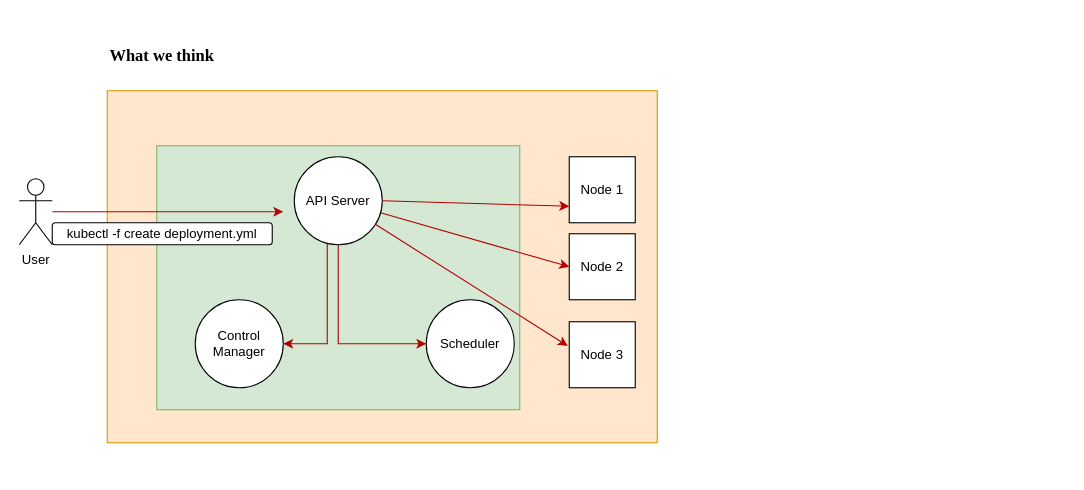
The draw.io diagram Untitled Diagram.drawio in Nagendren/Kubernetes, before the edit. Source tidied: cells renumbered, new cells numbered last; positions are measured from the earlier drawing's top-left corner, leaving out a move shared by most shapes. Both pictures are drawn from the tidied source at 110%, with x=0, y=0 at pixel (19, 35).
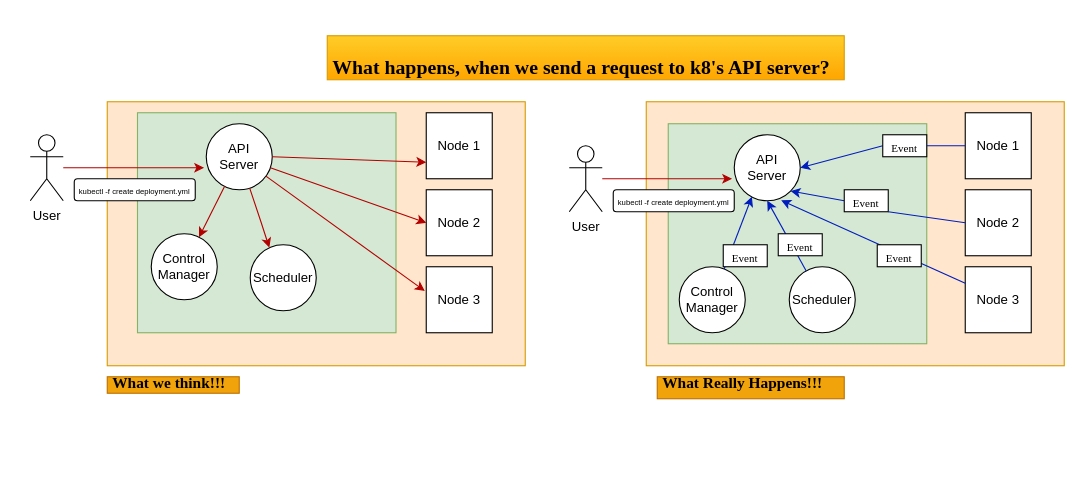
After the change.

Diff of the diagram source:
```diff
@@
     <mxCell id="2" style="rounded=0;whiteSpace=wrap;html=1;fillColor=#ffe6cc;strokeColor=#d79b00;" parent="1" vertex="1">
-      <mxGeometry x="80" y="50" width="500" height="320" as="geometry" />
+      <mxGeometry x="80" y="60" width="380" height="240" as="geometry" />
     </mxCell>
-    <mxCell id="3" style="edgeStyle=orthogonalEdgeStyle;rounded=0;jettySize=auto;html=1;" parent="1" edge="1" source="7" target="8">
-      <mxGeometry relative="1" as="geometry">
-        <Array as="points">
-          <mxPoint x="290" y="280" />
-        </Array>
-      </mxGeometry>
-    </mxCell>
     <mxCell id="4" style="rounded=0;whiteSpace=wrap;html=1;fillColor=#d5e8d4;strokeColor=#82b366;" parent="1" vertex="1">
-      <mxGeometry x="125" y="100" width="330" height="240" as="geometry" />
+      <mxGeometry x="107.5" y="70" width="235" height="200" as="geometry" />
     </mxCell>
-    <mxCell id="5" style="edgeStyle=orthogonalEdgeStyle;rounded=0;jettySize=auto;html=1;fillColor=#e51400;strokeColor=#B20000;" parent="1" edge="1" source="7" target="9">
-      <mxGeometry relative="1" as="geometry">
-        <Array as="points">
-          <mxPoint x="290" y="280" />
-        </Array>
-      </mxGeometry>
-    </mxCell>
-    <mxCell id="6" style="edgeStyle=orthogonalEdgeStyle;rounded=0;jettySize=auto;html=1;fillColor=#e51400;strokeColor=#B20000;" parent="1" edge="1" source="7" target="8">
-      <mxGeometry relative="1" as="geometry">
-        <Array as="points">
-          <mxPoint x="280" y="280" />
-        </Array>
-      </mxGeometry>
-    </mxCell>
     <mxCell id="7" value="API Server" style="ellipse;whiteSpace=wrap;html=1;" parent="1" vertex="1">
-      <mxGeometry x="250" y="110" width="80" height="80" as="geometry" />
+      <mxGeometry x="170" y="80" width="60" height="60" as="geometry" />
     </mxCell>
     <mxCell id="8" value="Control Manager" style="ellipse;whiteSpace=wrap;html=1;" parent="1" vertex="1">
-      <mxGeometry x="160" y="240" width="80" height="80" as="geometry" />
+      <mxGeometry x="120" y="180" width="60" height="60" as="geometry" />
     </mxCell>
     <mxCell id="9" value="Scheduler" style="ellipse;whiteSpace=wrap;html=1;" parent="1" vertex="1">
-      <mxGeometry x="370" y="240" width="80" height="80" as="geometry" />
+      <mxGeometry x="210" y="190" width="60" height="60" as="geometry" />
     </mxCell>
-    <mxCell id="10" style="edgeStyle=orthogonalEdgeStyle;rounded=0;jettySize=auto;html=1;fillColor=#e51400;strokeColor=#B20000;" parent="1" edge="1" source="11">
-      <mxGeometry relative="1" as="geometry">
-        <mxPoint x="240" y="160" as="targetPoint" />
-      </mxGeometry>
-    </mxCell>
     <mxCell id="11" value="User" style="shape=umlActor;verticalLabelPosition=bottom;verticalAlign=top;html=1;outlineConnect=0;" parent="1" vertex="1">
-      <mxGeometry y="130" width="30" height="60" as="geometry" />
+      <mxGeometry x="10" y="90" width="30" height="60" as="geometry" />
     </mxCell>
-    <mxCell id="12" value="kubectl -f create deployment.yml" style="rounded=1;whiteSpace=wrap;html=1;" parent="1" vertex="1">
-      <mxGeometry x="30" y="170" width="200" height="20" as="geometry" />
+    <mxCell id="12" value="&lt;font style=&quot;font-size: 7px;&quot;&gt;kubectl -f create deployment.yml&lt;/font&gt;" style="rounded=1;whiteSpace=wrap;html=1;" parent="1" vertex="1">
+      <mxGeometry x="50" y="130" width="110" height="20" as="geometry" />
     </mxCell>
     <mxCell id="13" value="Node 1" style="rounded=0;whiteSpace=wrap;html=1;" parent="1" vertex="1">
-      <mxGeometry x="500" y="110" width="60" height="60" as="geometry" />
+      <mxGeometry x="370" y="70" width="60" height="60" as="geometry" />
     </mxCell>
     <mxCell id="14" value="Node 2" style="rounded=0;whiteSpace=wrap;html=1;" parent="1" vertex="1">
-      <mxGeometry x="500" y="180" width="60" height="60" as="geometry" />
+      <mxGeometry x="370" y="140" width="60" height="60" as="geometry" />
     </mxCell>
     <mxCell id="15" value="Node 3" style="rounded=0;whiteSpace=wrap;html=1;" parent="1" vertex="1">
-      <mxGeometry x="500" y="260" width="60" height="60" as="geometry" />
+      <mxGeometry x="370" y="210" width="60" height="60" as="geometry" />
     </mxCell>
@@
-    <mxCell id="19" value="&lt;h1&gt;&lt;font style=&quot;font-size: 15px;&quot; face=&quot;Times New Roman&quot;&gt;What we think&lt;/font&gt;&lt;/h1&gt;" style="text;html=1;strokeColor=none;fillColor=none;align=center;verticalAlign=middle;whiteSpace=wrap;rounded=0;" parent="1" vertex="1">
-      <mxGeometry x="80" width="100" height="30" as="geometry" />
+    <mxCell id="19" value="&lt;h1&gt;&lt;br&gt;&lt;/h1&gt;" style="text;html=1;strokeColor=none;fillColor=none;align=center;verticalAlign=middle;whiteSpace=wrap;rounded=0;" parent="1" vertex="1">
+      <mxGeometry x="90" y="340" width="100" height="30" as="geometry" />
     </mxCell>
+    <mxCell id="5" style="endArrow=classic;html=1;rounded=0;fontFamily=Times New Roman;fontSize=15;entryX=0.289;entryY=0.044;entryDx=0;entryDy=0;entryPerimeter=0;fillColor=#e51400;strokeColor=#B20000;" parent="1" edge="1" source="7" target="9">
+      <mxGeometry relative="1" as="geometry">
+        <Array as="points">
+          <mxPoint x="220" y="170" />
+        </Array>
+      </mxGeometry>
+    </mxCell>
+    <mxCell id="20" style="endArrow=classic;html=1;rounded=0;fontFamily=Times New Roman;fontSize=15;fillColor=#e51400;strokeColor=#B20000;" parent="1" edge="1" source="7" target="8">
+      <mxGeometry relative="1" as="geometry" />
+    </mxCell>
+    <mxCell id="21" style="endArrow=classic;html=1;rounded=0;fontFamily=Times New Roman;fontSize=15;entryX=-0.033;entryY=0.667;entryDx=0;entryDy=0;entryPerimeter=0;fillColor=#e51400;strokeColor=#B20000;" parent="1" edge="1" source="11" target="7">
+      <mxGeometry relative="1" as="geometry" />
+    </mxCell>
+    <mxCell id="22" value="&lt;h1 style=&quot;&quot;&gt;&lt;font style=&quot;font-size: 14px;&quot;&gt;What we think!!!&lt;/font&gt;&lt;/h1&gt;" style="text;html=1;strokeColor=#BD7000;fillColor=#f0a30a;spacing=5;spacingTop=-20;whiteSpace=wrap;overflow=hidden;rounded=0;fontFamily=Times New Roman;fontSize=7;fontColor=#000000;" parent="1" vertex="1">
+      <mxGeometry x="80" y="310" width="120" height="15" as="geometry" />
+    </mxCell>
+    <mxCell id="23" value="&lt;h1&gt;&lt;font style=&quot;font-size: 18px;&quot;&gt;What happens, when we send a request to k8's API server?&lt;/font&gt;&lt;br&gt;&lt;/h1&gt;" style="text;html=1;strokeColor=#d79b00;fillColor=#ffcd28;spacing=5;spacingTop=-20;whiteSpace=wrap;overflow=hidden;rounded=0;fontFamily=Times New Roman;fontSize=14;gradientColor=#ffa500;" parent="1" vertex="1">
+      <mxGeometry x="280" width="470" height="40" as="geometry" />
+    </mxCell>
+    <mxCell id="24" style="rounded=0;whiteSpace=wrap;html=1;fillColor=#ffe6cc;strokeColor=#d79b00;" parent="1" vertex="1">
+      <mxGeometry x="570" y="60" width="380" height="240" as="geometry" />
+    </mxCell>
+    <mxCell id="25" style="rounded=0;whiteSpace=wrap;html=1;fillColor=#d5e8d4;strokeColor=#82b366;" parent="1" vertex="1">
+      <mxGeometry x="590" y="80" width="235" height="200" as="geometry" />
+    </mxCell>
+    <mxCell id="26" value="API Server" style="ellipse;whiteSpace=wrap;html=1;" parent="1" vertex="1">
+      <mxGeometry x="650" y="90" width="60" height="60" as="geometry" />
+    </mxCell>
+    <mxCell id="27" value="Control Manager" style="ellipse;whiteSpace=wrap;html=1;" parent="1" vertex="1">
+      <mxGeometry x="600" y="210" width="60" height="60" as="geometry" />
+    </mxCell>
+    <mxCell id="28" value="Scheduler" style="ellipse;whiteSpace=wrap;html=1;" parent="1" vertex="1">
+      <mxGeometry x="700" y="210" width="60" height="60" as="geometry" />
+    </mxCell>
+    <mxCell id="29" value="User" style="shape=umlActor;verticalLabelPosition=bottom;verticalAlign=top;html=1;outlineConnect=0;" parent="1" vertex="1">
+      <mxGeometry x="500" y="100" width="30" height="60" as="geometry" />
+    </mxCell>
+    <mxCell id="30" value="&lt;font style=&quot;font-size: 7px;&quot;&gt;kubectl -f create deployment.yml&lt;/font&gt;" style="rounded=1;whiteSpace=wrap;html=1;" parent="1" vertex="1">
+      <mxGeometry x="540" y="140" width="110" height="20" as="geometry" />
+    </mxCell>
+    <mxCell id="31" value="Node 1" style="rounded=0;whiteSpace=wrap;html=1;" parent="1" vertex="1">
+      <mxGeometry x="860" y="70" width="60" height="60" as="geometry" />
+    </mxCell>
+    <mxCell id="32" value="Node 2" style="rounded=0;whiteSpace=wrap;html=1;" parent="1" vertex="1">
+      <mxGeometry x="860" y="140" width="60" height="60" as="geometry" />
+    </mxCell>
+    <mxCell id="33" value="Node 3" style="rounded=0;whiteSpace=wrap;html=1;" parent="1" vertex="1">
+      <mxGeometry x="860" y="210" width="60" height="60" as="geometry" />
+    </mxCell>
+    <mxCell id="34" value="&lt;h1&gt;&lt;br&gt;&lt;/h1&gt;" style="text;html=1;strokeColor=none;fillColor=none;align=center;verticalAlign=middle;whiteSpace=wrap;rounded=0;" parent="1" vertex="1">
+      <mxGeometry x="580" y="350" width="100" height="30" as="geometry" />
+    </mxCell>
+    <mxCell id="35" style="endArrow=classic;html=1;rounded=0;fontFamily=Times New Roman;fontSize=15;entryX=-0.033;entryY=0.667;entryDx=0;entryDy=0;entryPerimeter=0;fillColor=#e51400;strokeColor=#B20000;" parent="1" edge="1" source="29" target="26">
+      <mxGeometry relative="1" as="geometry" />
+    </mxCell>
+    <mxCell id="36" value="&lt;h1 style=&quot;&quot;&gt;&lt;font style=&quot;font-size: 14px;&quot;&gt;What Really Happens!!!&lt;/font&gt;&lt;/h1&gt;" style="text;html=1;strokeColor=#BD7000;fillColor=#f0a30a;spacing=5;spacingTop=-20;whiteSpace=wrap;overflow=hidden;rounded=0;fontFamily=Times New Roman;fontSize=7;fontColor=#000000;" parent="1" vertex="1">
+      <mxGeometry x="580" y="310" width="170" height="20" as="geometry" />
+    </mxCell>
+    <mxCell id="37" style="endArrow=classic;html=1;rounded=0;fontFamily=Times New Roman;fontSize=18;fontColor=#000000;entryX=1;entryY=0.5;entryDx=0;entryDy=0;exitX=0;exitY=0.5;exitDx=0;exitDy=0;fillColor=#0050ef;strokeColor=#001DBC;startArrow=none;" parent="1" edge="1" source="45" target="26">
+      <mxGeometry relative="1" as="geometry" />
+    </mxCell>
+    <mxCell id="38" style="endArrow=classic;html=1;rounded=0;fontFamily=Times New Roman;fontSize=18;fontColor=#000000;entryX=1;entryY=1;entryDx=0;entryDy=0;exitX=0;exitY=0.5;exitDx=0;exitDy=0;fillColor=#0050ef;strokeColor=#001DBC;startArrow=none;" parent="1" edge="1" source="43" target="26">
+      <mxGeometry relative="1" as="geometry" />
+    </mxCell>
+    <mxCell id="39" style="endArrow=classic;html=1;rounded=0;fontFamily=Times New Roman;fontSize=18;fontColor=#000000;exitX=0;exitY=0.25;exitDx=0;exitDy=0;entryX=0.711;entryY=0.994;entryDx=0;entryDy=0;entryPerimeter=0;fillColor=#0050ef;strokeColor=#001DBC;" parent="1" edge="1" source="33" target="26">
+      <mxGeometry relative="1" as="geometry" />
+    </mxCell>
+    <mxCell id="40" style="endArrow=classic;html=1;rounded=0;fontFamily=Times New Roman;fontSize=18;fontColor=#000000;entryX=0.5;entryY=1;entryDx=0;entryDy=0;fillColor=#0050ef;strokeColor=#001DBC;" parent="1" edge="1" source="28" target="26">
+      <mxGeometry relative="1" as="geometry" />
+    </mxCell>
+    <mxCell id="41" style="endArrow=classic;html=1;rounded=0;fontFamily=Times New Roman;fontSize=18;fontColor=#000000;entryX=0.267;entryY=0.939;entryDx=0;entryDy=0;entryPerimeter=0;fillColor=#0050ef;strokeColor=#001DBC;" parent="1" edge="1" source="27" target="26">
+      <mxGeometry relative="1" as="geometry" />
+    </mxCell>
+    <mxCell id="42" value="&lt;font style=&quot;font-size: 10px;&quot;&gt;Event&lt;/font&gt;" style="rounded=0;whiteSpace=wrap;html=1;fontFamily=Times New Roman;fontSize=18;fontColor=#000000;" parent="1" vertex="1">
+      <mxGeometry x="780" y="190" width="40" height="20" as="geometry" />
+    </mxCell>
+    <mxCell id="43" value="&lt;font style=&quot;font-size: 10px;&quot;&gt;Event&lt;/font&gt;" style="rounded=0;whiteSpace=wrap;html=1;fontFamily=Times New Roman;fontSize=18;fontColor=#000000;" parent="1" vertex="1">
+      <mxGeometry x="750" y="140" width="40" height="20" as="geometry" />
+    </mxCell>
+    <mxCell id="44" style="endArrow=none;html=1;rounded=0;fontFamily=Times New Roman;fontSize=18;fontColor=#000000;entryX=1;entryY=1;entryDx=0;entryDy=0;exitX=0;exitY=0.5;exitDx=0;exitDy=0;fillColor=#0050ef;strokeColor=#001DBC;" parent="1" edge="1" source="32" target="43">
+      <mxGeometry relative="1" as="geometry" />
+    </mxCell>
+    <mxCell id="45" value="&lt;font style=&quot;font-size: 10px;&quot;&gt;Event&lt;/font&gt;" style="rounded=0;whiteSpace=wrap;html=1;fontFamily=Times New Roman;fontSize=18;fontColor=#000000;" parent="1" vertex="1">
+      <mxGeometry x="785" y="90" width="40" height="20" as="geometry" />
+    </mxCell>
+    <mxCell id="46" style="endArrow=none;html=1;rounded=0;fontFamily=Times New Roman;fontSize=18;fontColor=#000000;entryX=1;entryY=0.5;entryDx=0;entryDy=0;exitX=0;exitY=0.5;exitDx=0;exitDy=0;fillColor=#0050ef;strokeColor=#001DBC;" parent="1" edge="1" source="31" target="45">
+      <mxGeometry relative="1" as="geometry" />
+    </mxCell>
+    <mxCell id="47" value="&lt;font style=&quot;font-size: 10px;&quot;&gt;Event&lt;/font&gt;" style="rounded=0;whiteSpace=wrap;html=1;fontFamily=Times New Roman;fontSize=18;fontColor=#000000;" parent="1" vertex="1">
+      <mxGeometry x="690" y="180" width="40" height="20" as="geometry" />
+    </mxCell>
+    <mxCell id="48" value="&lt;font style=&quot;font-size: 10px;&quot;&gt;Event&lt;/font&gt;" style="rounded=0;whiteSpace=wrap;html=1;fontFamily=Times New Roman;fontSize=18;fontColor=#000000;" parent="1" vertex="1">
+      <mxGeometry x="640" y="190" width="40" height="20" as="geometry" />
+    </mxCell>
```
